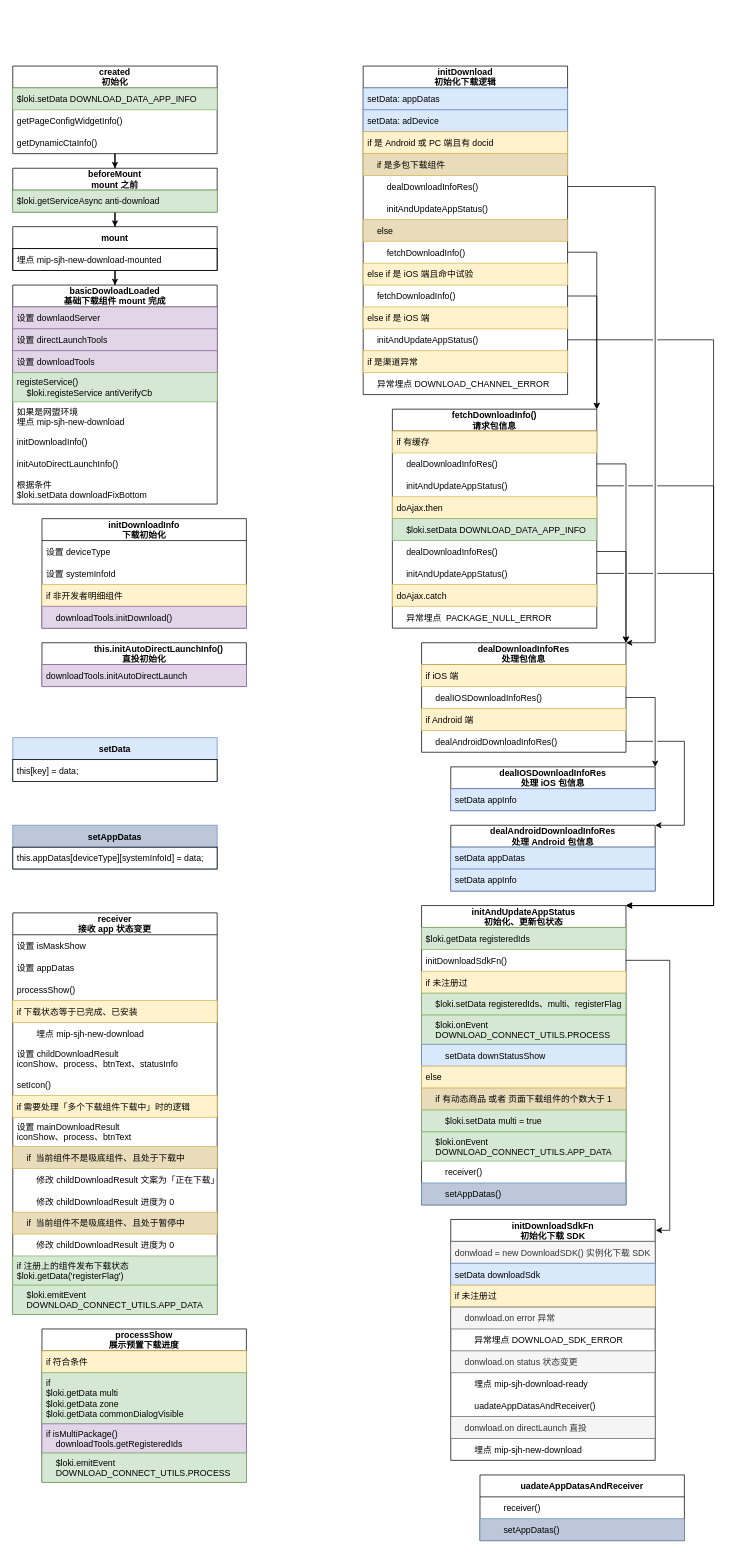
This is 下载逻辑关系图.drawio from qqqqqcy/processon, a draw.io file, before an edit. Source tidied: cells renumbered, new cells numbered last; positions are measured from the earlier drawing's top-left corner, leaving out a move shared by most shapes. Both pictures are drawn from the tidied source at 73%, with x=0, y=0 at pixel (12, 66).
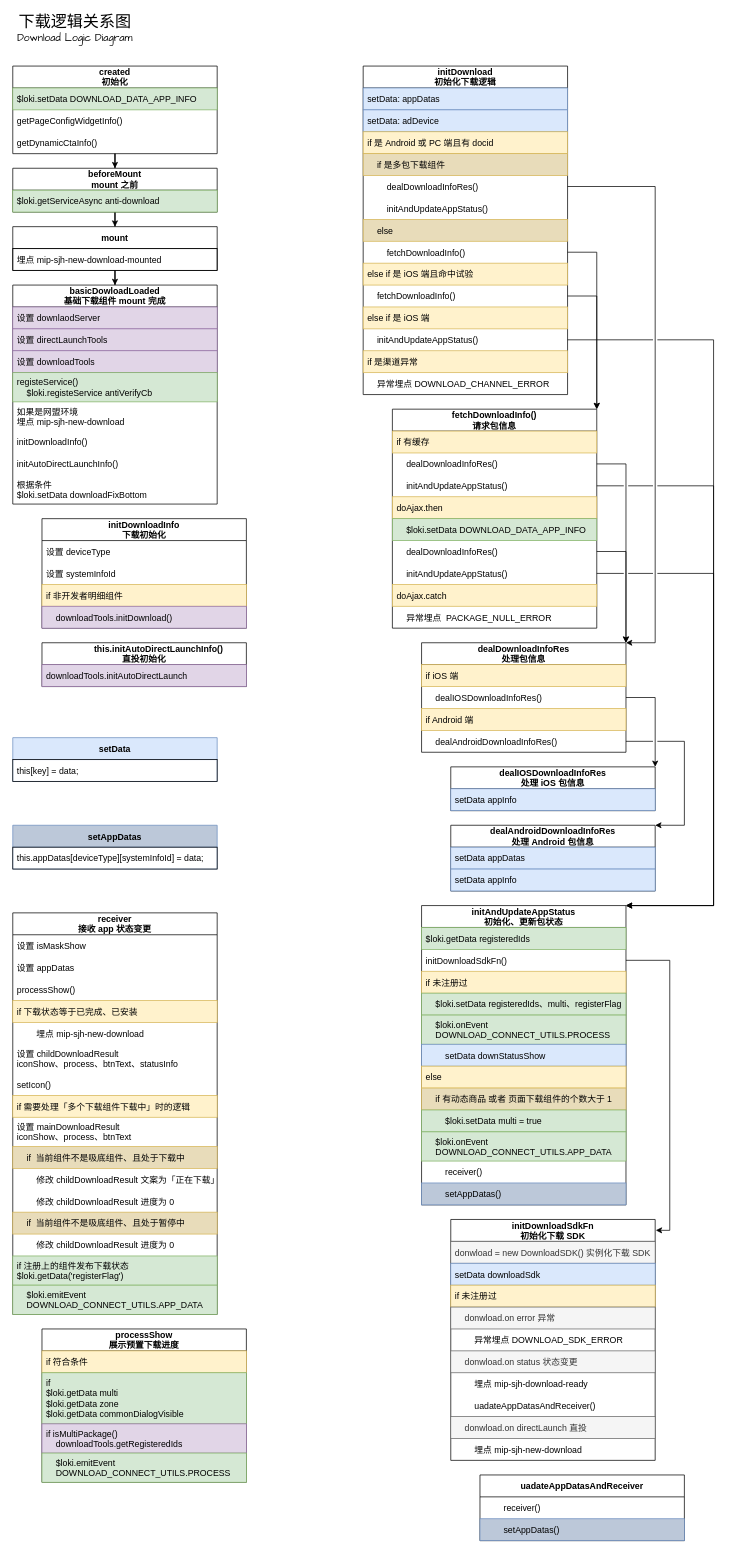
The same diagram, later.

Commit message (it also covers changes not shown here):
Update 下载逻辑关系图.drawio

Change to the diagram source:
```diff
@@
-<mxGraphModel>
+<mxGraphModel background="#ffffff">
@@
+    <mxCell id="128" value="&lt;font style=&quot;font-size: 22px&quot;&gt;下载逻辑关系图&lt;/font&gt;" style="text;html=1;align=center;verticalAlign=middle;strokeColor=none;fillColor=none;" parent="1" vertex="1">
+      <mxGeometry y="-70" width="170" height="20" as="geometry" />
+    </mxCell>
+    <mxCell id="129" value="&lt;div style=&quot;font-size: 14px&quot;&gt;Download Logic Diagram&lt;/div&gt;" style="text;html=1;align=center;verticalAlign=middle;strokeColor=none;fillColor=none;fontSize=14;fontFamily=Comic Sans MS;" parent="1" vertex="1">
+      <mxGeometry y="-48" width="170" height="20" as="geometry" />
+    </mxCell>
```
